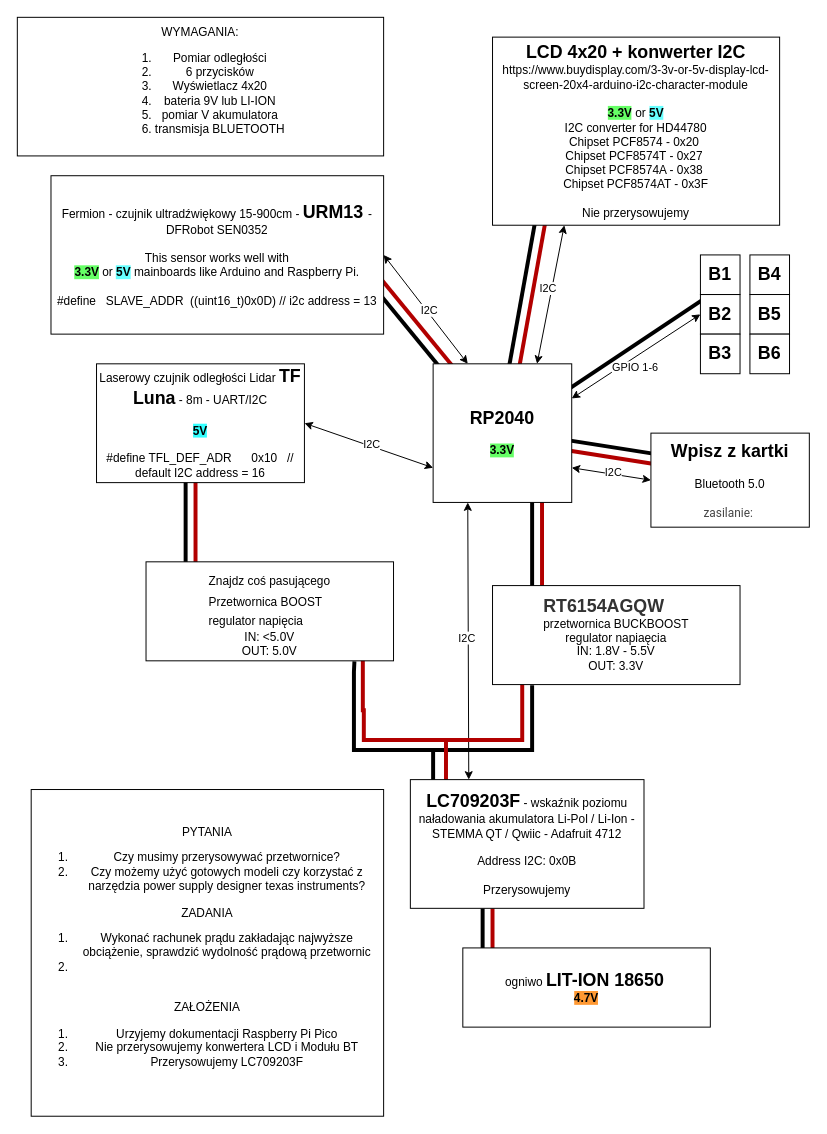
Before: Dalmierz/Dokumentacja/dalmierz.drawio in SzymonGogulski/KICAD_SEE_ELECTRICAL_PROJECTS_PUEIE, a draw.io diagram. Source tidied: cells renumbered, new cells numbered last; positions are measured from the earlier drawing's top-left corner, leaving out a move shared by most shapes. Both pictures are drawn from the tidied source at 99%, with x=0, y=0 at pixel (17, 17).
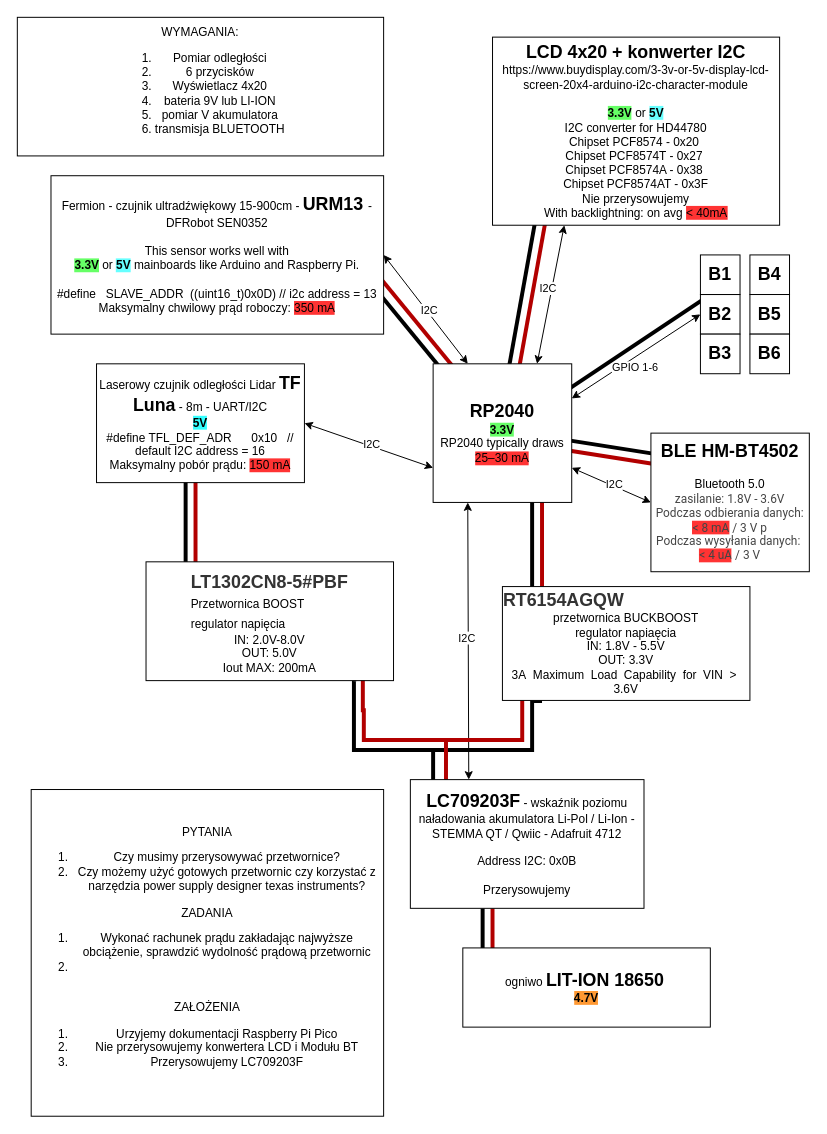
Above is the later version.

Change to the diagram source:
```diff
@@
-    <mxCell id="25" value="Laserowy czujnik odległości Lidar &lt;b&gt;&lt;font style=&quot;font-size: 18px;&quot;&gt;TF Luna&lt;/font&gt;&lt;/b&gt; - 8m - UART/I2C&lt;div&gt;&lt;br&gt;&lt;/div&gt;&lt;div&gt;&lt;b style=&quot;background-color: rgb(51, 255, 255);&quot;&gt;5V&lt;/b&gt;&lt;/div&gt;&lt;div&gt;&lt;br&gt;&lt;/div&gt;&lt;div&gt;#define TFL_DEF_ADR&amp;nbsp; &amp;nbsp; &amp;nbsp; 0x10&amp;nbsp; &amp;nbsp;// default I2C address = 16&lt;/div&gt;" style="rounded=0;whiteSpace=wrap;html=1;" parent="1" vertex="1">
+    <mxCell id="25" value="Laserowy czujnik odległości Lidar &lt;b&gt;&lt;font style=&quot;font-size: 18px;&quot;&gt;TF Luna&lt;/font&gt;&lt;/b&gt; - 8m - UART/I2C&lt;div&gt;&lt;b style=&quot;background-color: rgb(51, 255, 255);&quot;&gt;5V&lt;/b&gt;&lt;/div&gt;&lt;div&gt;#define TFL_DEF_ADR&amp;nbsp; &amp;nbsp; &amp;nbsp; 0x10&amp;nbsp; &amp;nbsp;// default I2C address = 16&lt;/div&gt;&lt;div&gt;Maksymalny pobór prądu: &lt;span style=&quot;background-color: rgb(255, 51, 51);&quot;&gt;150 mA&lt;/span&gt;&lt;br&gt;&lt;/div&gt;" style="rounded=0;whiteSpace=wrap;html=1;" parent="1" vertex="1">
       <mxGeometry x="80" y="350" width="210" height="120" as="geometry" />
     </mxCell>
@@
-    <mxCell id="29" value="&lt;h1 style=&quot;box-sizing: border-box; font-size: 18px; margin: 0px; font-family: Arial, Helvetica, sans-serif; line-height: 1.1; color: rgb(51, 51, 51); text-align: start;&quot; class=&quot;panel-title&quot;&gt;RT6154AGQW&lt;/h1&gt;&lt;div&gt;przetwornica BUCKBOOST&lt;/div&gt;&lt;div&gt;regulator napiaęcia&lt;/div&gt;&lt;div&gt;IN: 1.8V - 5.5V&lt;/div&gt;&lt;div&gt;OUT: 3.3V&lt;/div&gt;" style="rounded=0;whiteSpace=wrap;html=1;" parent="1" vertex="1">
-      <mxGeometry x="480" y="574" width="250" height="100" as="geometry" />
+    <mxCell id="29" value="&lt;h1 style=&quot;box-sizing: border-box; font-size: 18px; margin: 0px; font-family: Arial, Helvetica, sans-serif; line-height: 1.1; color: rgb(51, 51, 51); text-align: start;&quot; class=&quot;panel-title&quot;&gt;RT6154AGQW&lt;/h1&gt;&lt;div&gt;przetwornica BUCKBOOST&lt;/div&gt;&lt;div&gt;regulator napiaęcia&lt;/div&gt;&lt;div&gt;IN: 1.8V - 5.5V&lt;/div&gt;&lt;div&gt;OUT: 3.3V&lt;/div&gt;&lt;div&gt;3A&amp;nbsp; Maximum&amp;nbsp; Load&amp;nbsp; Capability&amp;nbsp; for&amp;nbsp; VIN&amp;nbsp; &amp;gt;&amp;nbsp; 3.6V&lt;/div&gt;" style="rounded=0;whiteSpace=wrap;html=1;" parent="1" vertex="1">
+      <mxGeometry x="490" y="575" width="250" height="115" as="geometry" />
     </mxCell>
@@
-    <mxCell id="33" value="&lt;div style=&quot;font-size: 18px;&quot;&gt;&lt;b style=&quot;&quot;&gt;&lt;font style=&quot;font-size: 18px;&quot;&gt;LCD 4x20 + konwerter I2C&lt;/font&gt;&lt;/b&gt;&lt;/div&gt;&lt;div&gt;https://www.buydisplay.com/3-3v-or-5v-display-lcd-screen-20x4-arduino-i2c-character-module&lt;/div&gt;&lt;div&gt;&lt;br&gt;&lt;/div&gt;&lt;div&gt;&lt;b style=&quot;background-color: rgb(102, 255, 102);&quot;&gt;3.3V&lt;/b&gt;&lt;span style=&quot;background-color: rgb(255, 255, 255);&quot;&gt;&amp;nbsp;or&amp;nbsp;&lt;/span&gt;&lt;b style=&quot;background-color: rgb(102, 255, 255);&quot;&gt;5V&lt;/b&gt;&lt;/div&gt;&lt;div&gt;&lt;span style=&quot;background-color: initial;&quot;&gt;I2C converter for HD44780&lt;/span&gt;&lt;/div&gt;&lt;div&gt;Chipset PCF8574 - 0x20&amp;nbsp;&lt;/div&gt;&lt;div&gt;Chipset PCF8574T - 0x27&amp;nbsp;&lt;/div&gt;&lt;div&gt;Chipset PCF8574A - 0x38&amp;nbsp;&lt;/div&gt;&lt;div&gt;Chipset PCF8574AT - 0x3F&lt;/div&gt;&lt;div&gt;&lt;br&gt;&lt;/div&gt;&lt;div&gt;Nie przerysowujemy&lt;/div&gt;" style="rounded=0;whiteSpace=wrap;html=1;" parent="1" vertex="1">
+    <mxCell id="33" value="&lt;div style=&quot;font-size: 18px;&quot;&gt;&lt;b style=&quot;&quot;&gt;&lt;font style=&quot;font-size: 18px;&quot;&gt;LCD 4x20 + konwerter I2C&lt;/font&gt;&lt;/b&gt;&lt;/div&gt;&lt;div&gt;https://www.buydisplay.com/3-3v-or-5v-display-lcd-screen-20x4-arduino-i2c-character-module&lt;/div&gt;&lt;div&gt;&lt;br&gt;&lt;/div&gt;&lt;div&gt;&lt;b style=&quot;background-color: rgb(102, 255, 102);&quot;&gt;3.3V&lt;/b&gt;&lt;span style=&quot;background-color: rgb(255, 255, 255);&quot;&gt;&amp;nbsp;or&amp;nbsp;&lt;/span&gt;&lt;b style=&quot;background-color: rgb(102, 255, 255);&quot;&gt;5V&lt;/b&gt;&lt;/div&gt;&lt;div&gt;&lt;span style=&quot;background-color: initial;&quot;&gt;I2C converter for HD44780&lt;/span&gt;&lt;/div&gt;&lt;div&gt;Chipset PCF8574 - 0x20&amp;nbsp;&lt;/div&gt;&lt;div&gt;Chipset PCF8574T - 0x27&amp;nbsp;&lt;/div&gt;&lt;div&gt;Chipset PCF8574A - 0x38&amp;nbsp;&lt;/div&gt;&lt;div&gt;Chipset PCF8574AT - 0x3F&lt;/div&gt;&lt;div&gt;Nie przerysowujemy&lt;/div&gt;&lt;div&gt;With backlightning: on avg &lt;span style=&quot;background-color: rgb(255, 51, 51);&quot;&gt;&amp;lt; 40mA&lt;/span&gt;&lt;/div&gt;" style="rounded=0;whiteSpace=wrap;html=1;" parent="1" vertex="1">
       <mxGeometry x="480" y="20" width="290" height="190" as="geometry" />
     </mxCell>
@@
-    <mxCell id="37" value="Fermion - czujnik ultradźwiękowy 15-900cm - &lt;b&gt;&lt;font style=&quot;font-size: 18px;&quot;&gt;URM13 &lt;/font&gt;&lt;/b&gt;- DFRobot SEN0352&lt;div&gt;&lt;br&gt;&lt;/div&gt;&lt;div&gt;This sensor works well with&lt;br&gt;&lt;b style=&quot;background-color: rgb(102, 255, 102);&quot;&gt;3.3V&lt;/b&gt;&lt;span style=&quot;background-color: rgb(255, 255, 255);&quot;&gt;&amp;nbsp;or&amp;nbsp;&lt;/span&gt;&lt;b style=&quot;background-color: rgb(102, 255, 255);&quot;&gt;5V&lt;/b&gt; mainboards like Arduino and Raspberry Pi.&lt;/div&gt;&lt;div&gt;&lt;br&gt;&lt;/div&gt;&lt;div&gt;#define&amp;nbsp; &amp;nbsp;SLAVE_ADDR&amp;nbsp; ((uint16_t)0x0D) // i2c address = 13&lt;/div&gt;" style="rounded=0;whiteSpace=wrap;html=1;" parent="1" vertex="1">
+    <mxCell id="37" value="Fermion - czujnik ultradźwiękowy 15-900cm - &lt;b&gt;&lt;font style=&quot;font-size: 18px;&quot;&gt;URM13 &lt;/font&gt;&lt;/b&gt;- DFRobot SEN0352&lt;div&gt;&lt;br&gt;&lt;/div&gt;&lt;div&gt;This sensor works well with&lt;br&gt;&lt;b style=&quot;background-color: rgb(102, 255, 102);&quot;&gt;3.3V&lt;/b&gt;&lt;span style=&quot;background-color: rgb(255, 255, 255);&quot;&gt;&amp;nbsp;or&amp;nbsp;&lt;/span&gt;&lt;b style=&quot;background-color: rgb(102, 255, 255);&quot;&gt;5V&lt;/b&gt; mainboards like Arduino and Raspberry Pi.&lt;/div&gt;&lt;div&gt;&lt;br&gt;&lt;/div&gt;&lt;div&gt;#define&amp;nbsp; &amp;nbsp;SLAVE_ADDR&amp;nbsp; ((uint16_t)0x0D) // i2c address = 13&lt;/div&gt;&lt;div&gt;Maksymalny chwilowy prąd roboczy: &lt;span style=&quot;background-color: rgb(255, 51, 51);&quot;&gt;350 mA&lt;/span&gt;&lt;br&gt;&lt;/div&gt;" style="rounded=0;whiteSpace=wrap;html=1;" parent="1" vertex="1">
       <mxGeometry x="34" y="160" width="336" height="160" as="geometry" />
     </mxCell>
@@
-    <mxCell id="41" value="&lt;span style=&quot;font-size: 18px;&quot;&gt;&lt;b&gt;Wpisz z kartki&lt;/b&gt;&lt;/span&gt;&lt;br&gt;&lt;div&gt;&lt;br&gt;&lt;/div&gt;&lt;div&gt;Bluetooth 5.0&lt;/div&gt;&lt;div&gt;&lt;br&gt;&lt;/div&gt;&lt;div&gt;&lt;span style=&quot;color: rgb(68, 68, 68); font-family: Roboto, &amp;quot;Noto Sans&amp;quot;, Arial, Helvetica, sans-serif, dk; text-align: left; background-color: rgb(255, 255, 255);&quot;&gt;zasilanie:&amp;nbsp;&lt;/span&gt;&lt;br&gt;&lt;/div&gt;" style="rounded=0;whiteSpace=wrap;html=1;" parent="1" vertex="1">
-      <mxGeometry x="640" y="420" width="160" height="95" as="geometry" />
+    <mxCell id="41" value="&lt;span style=&quot;font-size: 18px;&quot;&gt;&lt;b&gt;BLE HM-BT4502&lt;/b&gt;&lt;/span&gt;&lt;br&gt;&lt;div&gt;&lt;br&gt;&lt;/div&gt;&lt;div&gt;Bluetooth 5.0&lt;/div&gt;&lt;div&gt;&lt;span style=&quot;color: rgb(68, 68, 68); font-family: Roboto, &amp;quot;Noto Sans&amp;quot;, Arial, Helvetica, sans-serif, dk; text-align: left; background-color: rgb(255, 255, 255);&quot;&gt;zasilanie: 1.8V - 3.6V&lt;/span&gt;&lt;br&gt;&lt;/div&gt;&lt;div&gt;&lt;span style=&quot;text-align: left;&quot;&gt;&lt;font style=&quot;&quot; face=&quot;Roboto, Noto Sans, Arial, Helvetica, sans-serif, dk&quot; color=&quot;#444444&quot;&gt;&lt;span style=&quot;background-color: rgb(255, 255, 255);&quot;&gt;Podczas odbierania danych: &lt;/span&gt;&lt;span style=&quot;background-color: rgb(255, 51, 51);&quot;&gt;&amp;lt; 8 mA&lt;/span&gt;&lt;span style=&quot;background-color: rgb(255, 255, 255);&quot;&gt; / 3 V p&lt;/span&gt;&lt;/font&gt;&lt;/span&gt;&lt;/div&gt;&lt;div&gt;&lt;span style=&quot;text-align: left; background-color: rgb(255, 255, 255);&quot;&gt;&lt;font face=&quot;Roboto, Noto Sans, Arial, Helvetica, sans-serif, dk&quot; color=&quot;#444444&quot;&gt;Podczas wysyłania danych:&amp;nbsp;&lt;/font&gt;&lt;/span&gt;&lt;/div&gt;&lt;div&gt;&lt;span style=&quot;text-align: left;&quot;&gt;&lt;font style=&quot;&quot; face=&quot;Roboto, Noto Sans, Arial, Helvetica, sans-serif, dk&quot; color=&quot;#444444&quot;&gt;&lt;span style=&quot;background-color: rgb(255, 51, 51);&quot;&gt;&amp;lt; 4 uA&lt;/span&gt;&lt;span style=&quot;background-color: rgb(255, 255, 255);&quot;&gt; / 3 V&lt;/span&gt;&lt;/font&gt;&lt;br&gt;&lt;/span&gt;&lt;/div&gt;" style="rounded=0;whiteSpace=wrap;html=1;" parent="1" vertex="1">
+      <mxGeometry x="640" y="420" width="160" height="140" as="geometry" />
     </mxCell>
@@
-    <mxCell id="43" value="&lt;b&gt;&lt;font style=&quot;font-size: 18px;&quot;&gt;RP2040&lt;/font&gt;&lt;/b&gt;&lt;div&gt;&lt;br&gt;&lt;/div&gt;&lt;div&gt;&lt;b style=&quot;background-color: rgb(102, 255, 102);&quot;&gt;3.3V&lt;/b&gt;&lt;/div&gt;" style="whiteSpace=wrap;html=1;" parent="1" vertex="1">
+    <mxCell id="43" value="&lt;b&gt;&lt;font style=&quot;font-size: 18px;&quot;&gt;RP2040&lt;/font&gt;&lt;/b&gt;&lt;div&gt;&lt;b style=&quot;background-color: rgb(102, 255, 102);&quot;&gt;3.3V&lt;/b&gt;&lt;/div&gt;&lt;div&gt;RP2040 typically draws &lt;span style=&quot;background-color: rgb(255, 51, 51);&quot;&gt;25–30 mA&lt;/span&gt;&lt;b style=&quot;background-color: rgb(102, 255, 102);&quot;&gt;&lt;br&gt;&lt;/b&gt;&lt;/div&gt;" style="whiteSpace=wrap;html=1;" parent="1" vertex="1">
       <mxGeometry x="420" y="350" width="140" height="140" as="geometry" />
     </mxCell>
@@
-    <mxCell id="52" value="&lt;h1 style=&quot;text-align: center; box-sizing: border-box; margin: 0px; line-height: 1.1;&quot; class=&quot;panel-title&quot;&gt;&lt;span style=&quot;font-size: 12px; font-weight: 400;&quot;&gt;Znajdz coś pasującego&lt;/span&gt;&lt;/h1&gt;&lt;h1 style=&quot;box-sizing: border-box; font-size: 18px; margin: 0px; font-family: Arial, Helvetica, sans-serif; line-height: 1.1; color: rgb(51, 51, 51); text-align: start;&quot; class=&quot;panel-title&quot;&gt;&lt;span style=&quot;background-color: initial; color: rgb(0, 0, 0); font-family: Helvetica; font-size: 12px; font-weight: normal; text-align: center;&quot;&gt;Przetwornica BOOST&lt;/span&gt;&lt;/h1&gt;&lt;h1 style=&quot;box-sizing: border-box; font-size: 18px; margin: 0px; font-family: Arial, Helvetica, sans-serif; line-height: 1.1; color: rgb(51, 51, 51); text-align: start;&quot; class=&quot;panel-title&quot;&gt;&lt;span style=&quot;background-color: initial; color: rgb(0, 0, 0); font-family: Helvetica; font-size: 12px; font-weight: normal; text-align: center;&quot;&gt;regulator napięcia&lt;/span&gt;&lt;/h1&gt;&lt;div&gt;IN: &amp;lt;5.0V&lt;/div&gt;&lt;div&gt;OUT: 5.0V&lt;/div&gt;" style="rounded=0;whiteSpace=wrap;html=1;" parent="1" vertex="1">
-      <mxGeometry x="130" y="550" width="250" height="100" as="geometry" />
+    <mxCell id="52" value="&lt;h1 style=&quot;text-align: center; box-sizing: border-box; margin: 0px; line-height: 1.1;&quot; class=&quot;panel-title&quot;&gt;&lt;span style=&quot;color: rgb(51, 51, 51); font-family: Arial, Helvetica, sans-serif; text-align: start; background-color: rgb(255, 255, 255);&quot;&gt;&lt;font style=&quot;font-size: 18px;&quot;&gt;LT1302CN8-5#PBF&lt;/font&gt;&lt;/span&gt;&lt;br&gt;&lt;/h1&gt;&lt;h1 style=&quot;box-sizing: border-box; font-size: 18px; margin: 0px; font-family: Arial, Helvetica, sans-serif; line-height: 1.1; color: rgb(51, 51, 51); text-align: start;&quot; class=&quot;panel-title&quot;&gt;&lt;span style=&quot;background-color: initial; color: rgb(0, 0, 0); font-family: Helvetica; font-size: 12px; font-weight: normal; text-align: center;&quot;&gt;Przetwornica BOOST&lt;/span&gt;&lt;/h1&gt;&lt;h1 style=&quot;box-sizing: border-box; font-size: 18px; margin: 0px; font-family: Arial, Helvetica, sans-serif; line-height: 1.1; color: rgb(51, 51, 51); text-align: start;&quot; class=&quot;panel-title&quot;&gt;&lt;span style=&quot;background-color: initial; color: rgb(0, 0, 0); font-family: Helvetica; font-size: 12px; font-weight: normal; text-align: center;&quot;&gt;regulator napięcia&lt;/span&gt;&lt;/h1&gt;&lt;div&gt;IN: 2.0V-8.0V&lt;/div&gt;&lt;div&gt;OUT: 5.0V&lt;/div&gt;&lt;div&gt;Iout MAX: 200mA&lt;/div&gt;" style="rounded=0;whiteSpace=wrap;html=1;" parent="1" vertex="1">
+      <mxGeometry x="130" y="550" width="250" height="120" as="geometry" />
     </mxCell>
@@
-    <mxCell id="54" value="&lt;div&gt;PYTANIA&lt;/div&gt;&lt;ol&gt;&lt;li&gt;Czy musimy przerysowywać przetwornice?&lt;br&gt;&lt;/li&gt;&lt;li&gt;Czy możemy użyć gotowych modeli czy korzystać z narzędzia power supply designer texas instruments?&lt;br&gt;&lt;/li&gt;&lt;/ol&gt;&lt;div&gt;ZADANIA&lt;/div&gt;&lt;div&gt;&lt;ol&gt;&lt;li&gt;Wykonać rachunek prądu zakładając najwyższe obciążenie, sprawdzić wydolność prądową przetwornic&lt;/li&gt;&lt;li&gt;&lt;br&gt;&lt;/li&gt;&lt;/ol&gt;&lt;/div&gt;&lt;div&gt;&lt;br&gt;&lt;/div&gt;&lt;div&gt;ZAŁOŻENIA&lt;/div&gt;&lt;div&gt;&lt;ol&gt;&lt;li&gt;Urzyjemy dokumentacji Raspberry Pi Pico&lt;/li&gt;&lt;li&gt;Nie przerysowujemy konwertera LCD i Modułu BT&lt;/li&gt;&lt;li&gt;Przerysowujemy LC709203F&lt;/li&gt;&lt;/ol&gt;&lt;/div&gt;" style="rounded=0;whiteSpace=wrap;html=1;" parent="1" vertex="1">
+    <mxCell id="54" value="&lt;div&gt;PYTANIA&lt;/div&gt;&lt;ol&gt;&lt;li&gt;Czy musimy przerysowywać przetwornice?&lt;br&gt;&lt;/li&gt;&lt;li&gt;Czy możemy użyć gotowych przetwornic czy korzystać z narzędzia power supply designer texas instruments?&lt;br&gt;&lt;/li&gt;&lt;/ol&gt;&lt;div&gt;ZADANIA&lt;/div&gt;&lt;div&gt;&lt;ol&gt;&lt;li&gt;Wykonać rachunek prądu zakładając najwyższe obciążenie, sprawdzić wydolność prądową przetwornic&lt;/li&gt;&lt;li&gt;&lt;br&gt;&lt;/li&gt;&lt;/ol&gt;&lt;/div&gt;&lt;div&gt;&lt;br&gt;&lt;/div&gt;&lt;div&gt;ZAŁOŻENIA&lt;/div&gt;&lt;div&gt;&lt;ol&gt;&lt;li&gt;Urzyjemy dokumentacji Raspberry Pi Pico&lt;/li&gt;&lt;li&gt;Nie przerysowujemy konwertera LCD i Modułu BT&lt;/li&gt;&lt;li&gt;Przerysowujemy LC709203F&lt;/li&gt;&lt;/ol&gt;&lt;/div&gt;" style="rounded=0;whiteSpace=wrap;html=1;" parent="1" vertex="1">
       <mxGeometry x="14" y="780" width="356" height="330" as="geometry" />
     </mxCell>
```
